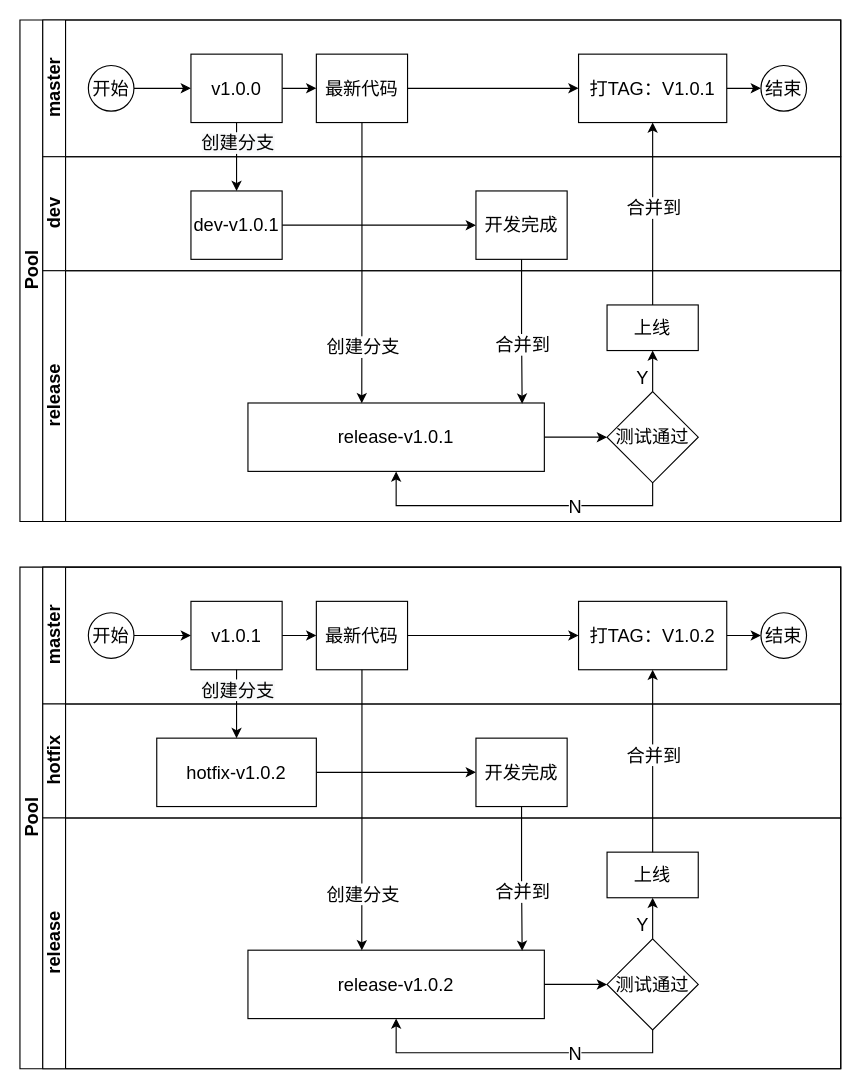
Earlier version of the draw.io diagram page "git分支使用规范" (1 of 2) of 研发规范.drawio (aspojo/diagrams). Source tidied: cells renumbered, new cells numbered last; positions are measured from the earlier drawing's top-left corner, leaving out a move shared by most shapes. Both pictures are drawn from the tidied source at 114%, with x=0, y=0 at pixel (19, 19).
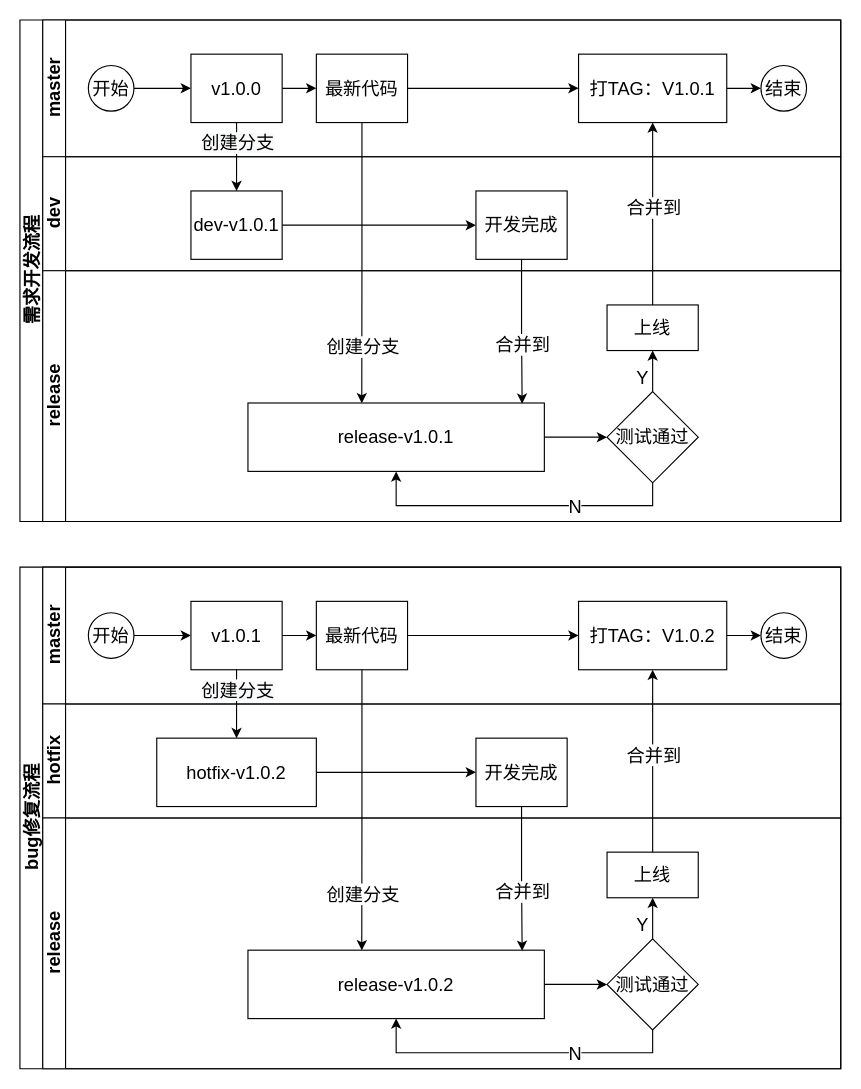
Above is the later version.

Commit message (it also covers changes not shown here):
更新研发规范.drawio

Change to the diagram source:
```diff
@@
-    <mxCell id="2" value="Pool" style="swimlane;html=1;horizontal=0;startSize=20;fontSize=16;" parent="1" vertex="1">
+    <mxCell id="2" value="需求开发流程" style="swimlane;html=1;horizontal=0;startSize=20;fontSize=16;" parent="1" vertex="1">
       <mxGeometry width="720" height="440" as="geometry" />
     </mxCell>
@@
-    <mxCell id="34" value="Pool" style="swimlane;html=1;horizontal=0;startSize=20;fontSize=16;" parent="1" vertex="1">
+    <mxCell id="34" value="bug修复流程" style="swimlane;html=1;horizontal=0;startSize=20;fontSize=16;" parent="1" vertex="1">
       <mxGeometry y="480" width="720" height="440" as="geometry" />
     </mxCell>
```
